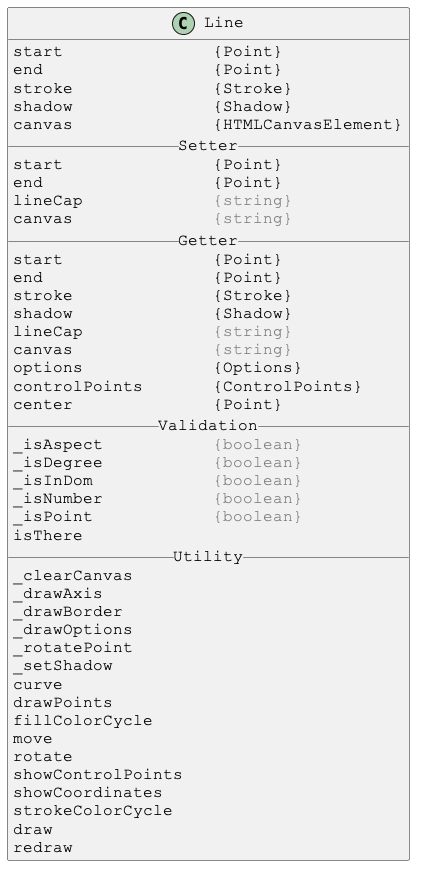
This is docs/PlantUml/images/Line.png from Justin-Byrne/canvasLab, a PlantUML export, as it was before one commit.
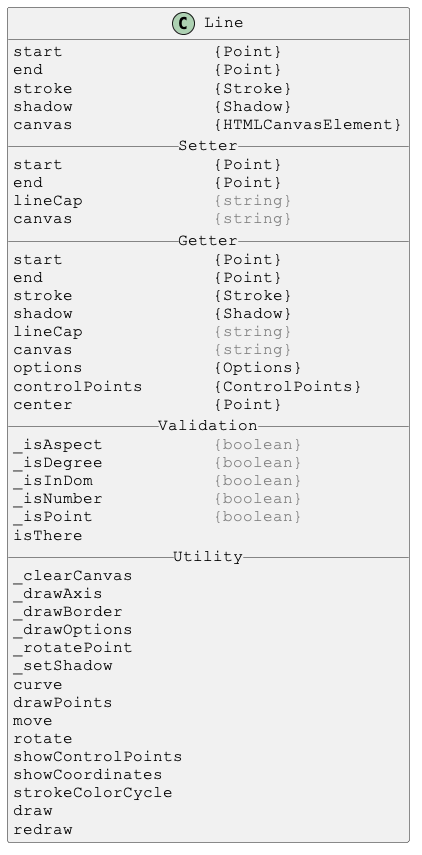
The same diagram one commit later.

The edit, as a diff of the source:
```diff
@@ -40,7 +40,6 @@
 _setShadow
 curve
 drawPoints
-fillColorCycle
 move
 rotate
 showControlPoints
```
